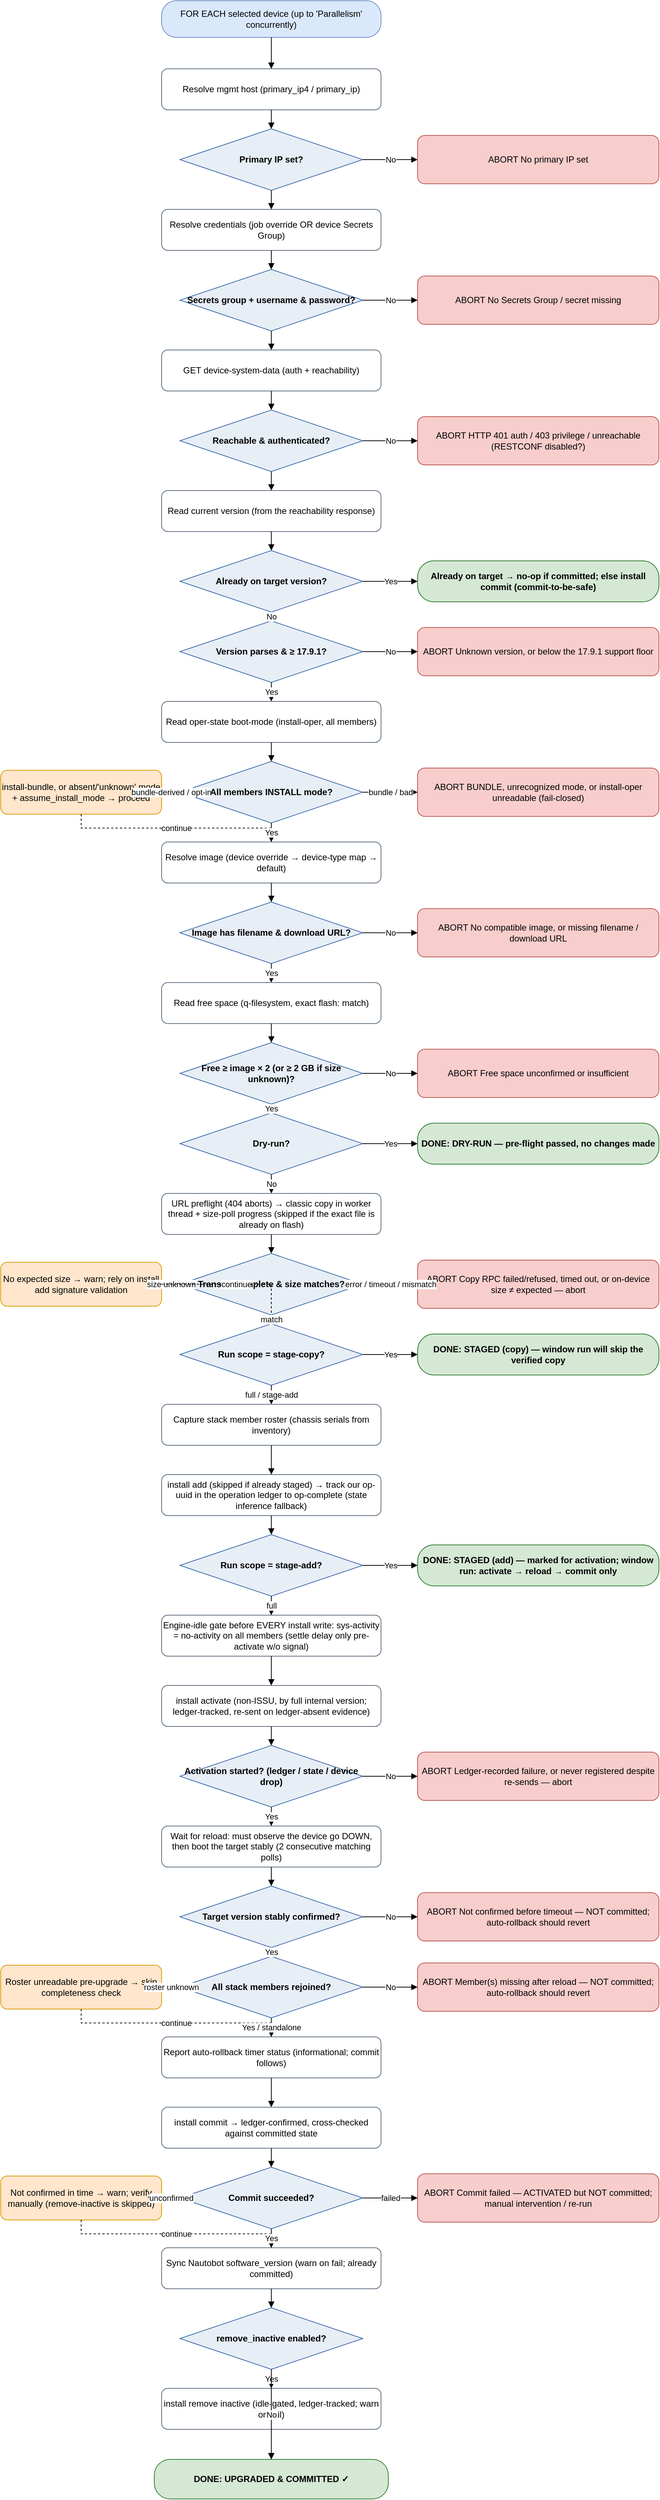
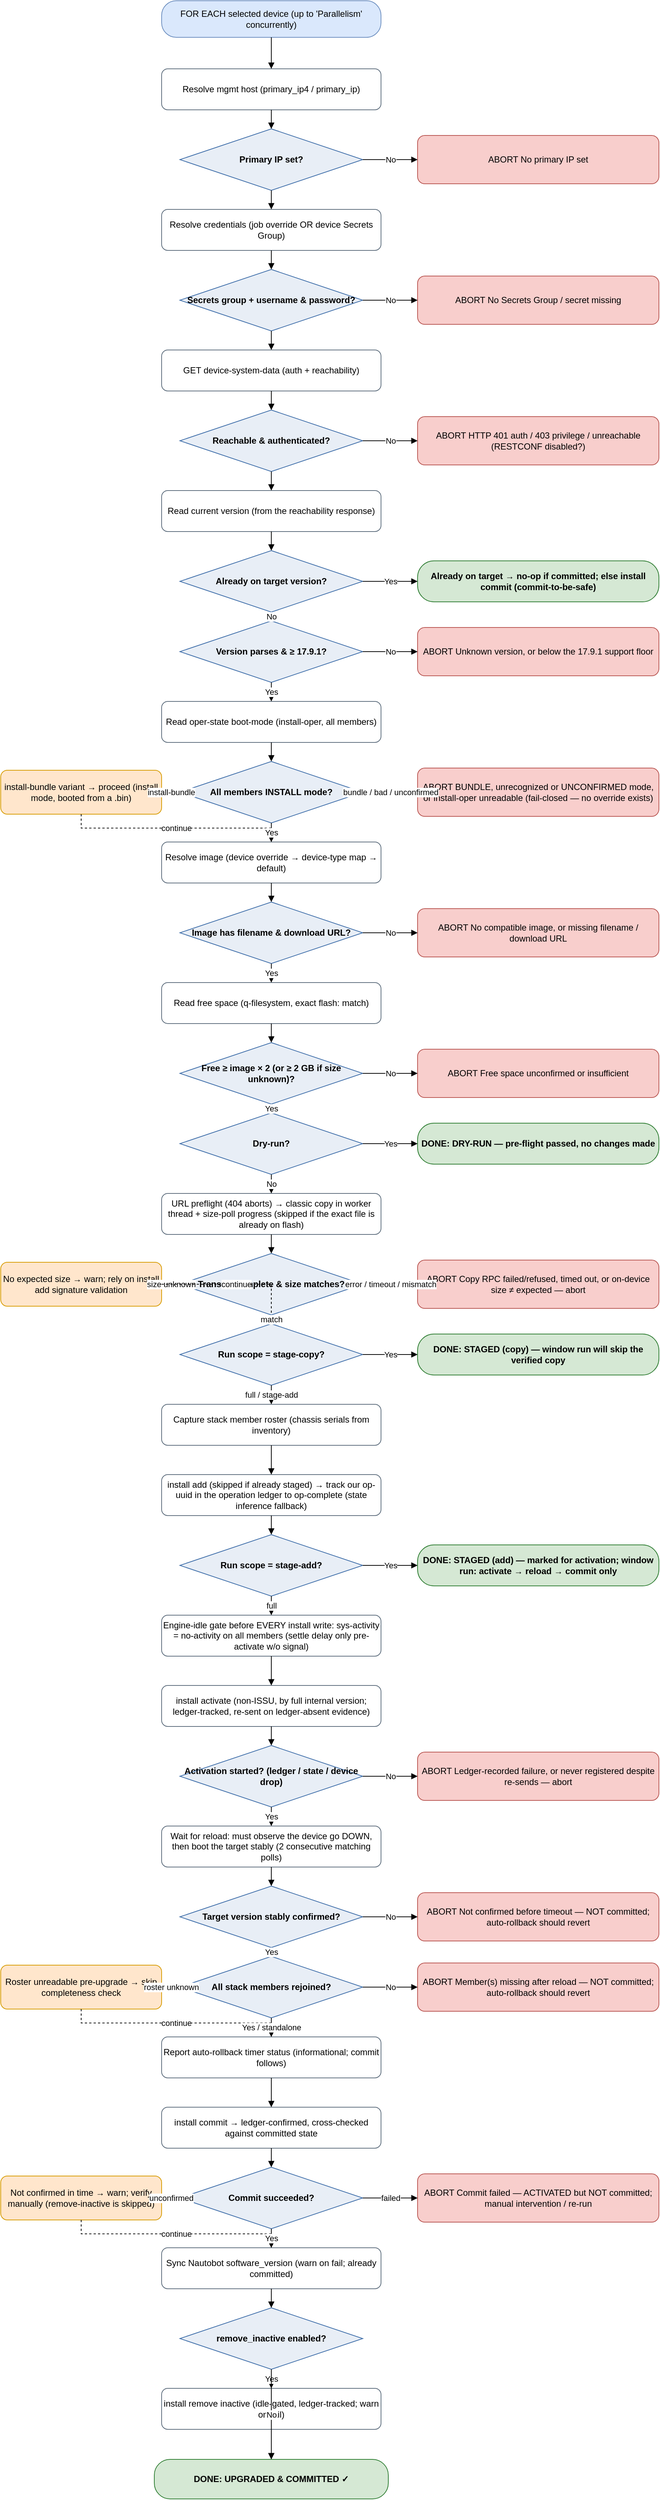
<mxfile host="app.diagrams.net" type="device">
  <diagram name="IOS-XE upgrade flow" id="iosxe-upgrade-flow">
    <mxGraphModel dx="1000" dy="2000" grid="1" gridSize="10" guides="1" tooltips="1"
        connect="1" arrows="1" fold="1" page="1" pageScale="1" math="0" shadow="0">
      <root>
        <mxCell id="0"/>
        <mxCell id="1" parent="0"/>
        <mxCell id="start" value="FOR EACH selected device&amp;#10;(up to &#x27;Parallelism&#x27; concurrently)" style="rounded=1;arcSize=40;whiteSpace=wrap;html=1;fillColor=#DAE8FC;strokeColor=#6C8EBF;" vertex="1" parent="1"><mxGeometry x="250" y="31" width="300" height="50" as="geometry"/></mxCell>
        <mxCell id="host" value="Resolve mgmt host&amp;#10;(primary_ip4 / primary_ip)" style="rounded=1;whiteSpace=wrap;html=1;fillColor=#FFFFFF;strokeColor=#5B6B7B;" vertex="1" parent="1"><mxGeometry x="250" y="124" width="300" height="56" as="geometry"/></mxCell>
        <mxCell id="d_ip" value="Primary IP set?" style="rhombus;whiteSpace=wrap;html=1;fillColor=#E8EEF6;strokeColor=#3C6CA8;fontStyle=1;" vertex="1" parent="1"><mxGeometry x="275" y="206" width="250" height="84" as="geometry"/></mxCell>
        <mxCell id="cred" value="Resolve credentials&amp;#10;(job override OR device Secrets Group)" style="rounded=1;whiteSpace=wrap;html=1;fillColor=#FFFFFF;strokeColor=#5B6B7B;" vertex="1" parent="1"><mxGeometry x="250" y="316" width="300" height="56" as="geometry"/></mxCell>
        <mxCell id="d_cred" value="Secrets group +&amp;#10;username &amp; password?" style="rhombus;whiteSpace=wrap;html=1;fillColor=#E8EEF6;strokeColor=#3C6CA8;fontStyle=1;" vertex="1" parent="1"><mxGeometry x="275" y="398" width="250" height="84" as="geometry"/></mxCell>
        <mxCell id="reach" value="GET device-system-data&amp;#10;(auth + reachability)" style="rounded=1;whiteSpace=wrap;html=1;fillColor=#FFFFFF;strokeColor=#5B6B7B;" vertex="1" parent="1"><mxGeometry x="250" y="508" width="300" height="56" as="geometry"/></mxCell>
        <mxCell id="d_reach" value="Reachable &amp;&amp;#10;authenticated?" style="rhombus;whiteSpace=wrap;html=1;fillColor=#E8EEF6;strokeColor=#3C6CA8;fontStyle=1;" vertex="1" parent="1"><mxGeometry x="275" y="590" width="250" height="84" as="geometry"/></mxCell>
        <mxCell id="curr" value="Read current version&amp;#10;(from the reachability response)" style="rounded=1;whiteSpace=wrap;html=1;fillColor=#FFFFFF;strokeColor=#5B6B7B;" vertex="1" parent="1"><mxGeometry x="250" y="700" width="300" height="56" as="geometry"/></mxCell>
        <mxCell id="d_target" value="Already on&amp;#10;target version?" style="rhombus;whiteSpace=wrap;html=1;fillColor=#E8EEF6;strokeColor=#3C6CA8;fontStyle=1;" vertex="1" parent="1"><mxGeometry x="275" y="782" width="250" height="84" as="geometry"/></mxCell>
        <mxCell id="d_floor" value="Version parses&amp;#10;&amp; ≥ 17.9.1?" style="rhombus;whiteSpace=wrap;html=1;fillColor=#E8EEF6;strokeColor=#3C6CA8;fontStyle=1;" vertex="1" parent="1"><mxGeometry x="275" y="878" width="250" height="84" as="geometry"/></mxCell>
        <mxCell id="mode" value="Read oper-state boot-mode&amp;#10;(install-oper, all members)" style="rounded=1;whiteSpace=wrap;html=1;fillColor=#FFFFFF;strokeColor=#5B6B7B;" vertex="1" parent="1"><mxGeometry x="250" y="988" width="300" height="56" as="geometry"/></mxCell>
        <mxCell id="d_mode" value="All members&amp;#10;INSTALL mode?" style="rhombus;whiteSpace=wrap;html=1;fillColor=#E8EEF6;strokeColor=#3C6CA8;fontStyle=1;" vertex="1" parent="1"><mxGeometry x="275" y="1070" width="250" height="84" as="geometry"/></mxCell>
        <mxCell id="img" value="Resolve image (device override →&amp;#10;device-type map → default)" style="rounded=1;whiteSpace=wrap;html=1;fillColor=#FFFFFF;strokeColor=#5B6B7B;" vertex="1" parent="1"><mxGeometry x="250" y="1180" width="300" height="56" as="geometry"/></mxCell>
        <mxCell id="d_img" value="Image has filename&amp;#10;&amp; download URL?" style="rhombus;whiteSpace=wrap;html=1;fillColor=#E8EEF6;strokeColor=#3C6CA8;fontStyle=1;" vertex="1" parent="1"><mxGeometry x="275" y="1262" width="250" height="84" as="geometry"/></mxCell>
        <mxCell id="space" value="Read free space&amp;#10;(q-filesystem, exact flash: match)" style="rounded=1;whiteSpace=wrap;html=1;fillColor=#FFFFFF;strokeColor=#5B6B7B;" vertex="1" parent="1"><mxGeometry x="250" y="1372" width="300" height="56" as="geometry"/></mxCell>
        <mxCell id="d_space" value="Free ≥ image × 2&amp;#10;(or ≥ 2 GB if size unknown)?" style="rhombus;whiteSpace=wrap;html=1;fillColor=#E8EEF6;strokeColor=#3C6CA8;fontStyle=1;" vertex="1" parent="1"><mxGeometry x="275" y="1454" width="250" height="84" as="geometry"/></mxCell>
        <mxCell id="d_dry" value="Dry-run?" style="rhombus;whiteSpace=wrap;html=1;fillColor=#E8EEF6;strokeColor=#3C6CA8;fontStyle=1;" vertex="1" parent="1"><mxGeometry x="275" y="1550" width="250" height="84" as="geometry"/></mxCell>
        <mxCell id="copy" value="URL preflight (404 aborts) → classic copy in&amp;#10;worker thread + size-poll progress&amp;#10;(skipped if the exact file is already on flash)" style="rounded=1;whiteSpace=wrap;html=1;fillColor=#FFFFFF;strokeColor=#5B6B7B;" vertex="1" parent="1"><mxGeometry x="250" y="1660" width="300" height="56" as="geometry"/></mxCell>
        <mxCell id="d_size" value="Transfer complete&amp;#10;&amp; size matches?" style="rhombus;whiteSpace=wrap;html=1;fillColor=#E8EEF6;strokeColor=#3C6CA8;fontStyle=1;" vertex="1" parent="1"><mxGeometry x="275" y="1742" width="250" height="84" as="geometry"/></mxCell>
        <mxCell id="d_stagecopy" value="Run scope =&amp;#10;stage-copy?" style="rhombus;whiteSpace=wrap;html=1;fillColor=#E8EEF6;strokeColor=#3C6CA8;fontStyle=1;" vertex="1" parent="1"><mxGeometry x="275" y="1838" width="250" height="84" as="geometry"/></mxCell>
        <mxCell id="roster" value="Capture stack member roster&amp;#10;(chassis serials from inventory)" style="rounded=1;whiteSpace=wrap;html=1;fillColor=#FFFFFF;strokeColor=#5B6B7B;" vertex="1" parent="1"><mxGeometry x="250" y="1948" width="300" height="56" as="geometry"/></mxCell>
        <mxCell id="add" value="install add (skipped if already staged) →&amp;#10;track our op-uuid in the operation ledger&amp;#10;to op-complete (state inference fallback)" style="rounded=1;whiteSpace=wrap;html=1;fillColor=#FFFFFF;strokeColor=#5B6B7B;" vertex="1" parent="1"><mxGeometry x="250" y="2044" width="300" height="56" as="geometry"/></mxCell>
        <mxCell id="d_stageadd" value="Run scope =&amp;#10;stage-add?" style="rhombus;whiteSpace=wrap;html=1;fillColor=#E8EEF6;strokeColor=#3C6CA8;fontStyle=1;" vertex="1" parent="1"><mxGeometry x="275" y="2126" width="250" height="84" as="geometry"/></mxCell>
        <mxCell id="idle" value="Engine-idle gate before EVERY install write:&amp;#10;sys-activity = no-activity on all members&amp;#10;(settle delay only pre-activate w/o signal)" style="rounded=1;whiteSpace=wrap;html=1;fillColor=#FFFFFF;strokeColor=#5B6B7B;" vertex="1" parent="1"><mxGeometry x="250" y="2236" width="300" height="56" as="geometry"/></mxCell>
        <mxCell id="act" value="install activate (non-ISSU, by full internal&amp;#10;version; ledger-tracked,&amp;#10;re-sent on ledger-absent evidence)" style="rounded=1;whiteSpace=wrap;html=1;fillColor=#FFFFFF;strokeColor=#5B6B7B;" vertex="1" parent="1"><mxGeometry x="250" y="2332" width="300" height="56" as="geometry"/></mxCell>
        <mxCell id="d_act" value="Activation started?&amp;#10;(ledger / state / device drop)" style="rhombus;whiteSpace=wrap;html=1;fillColor=#E8EEF6;strokeColor=#3C6CA8;fontStyle=1;" vertex="1" parent="1"><mxGeometry x="275" y="2414" width="250" height="84" as="geometry"/></mxCell>
        <mxCell id="waitc" value="Wait for reload: must observe the device&amp;#10;go DOWN, then boot the target stably&amp;#10;(2 consecutive matching polls)" style="rounded=1;whiteSpace=wrap;html=1;fillColor=#FFFFFF;strokeColor=#5B6B7B;" vertex="1" parent="1"><mxGeometry x="250" y="2524" width="300" height="56" as="geometry"/></mxCell>
        <mxCell id="d_confirm" value="Target version&amp;#10;stably confirmed?" style="rhombus;whiteSpace=wrap;html=1;fillColor=#E8EEF6;strokeColor=#3C6CA8;fontStyle=1;" vertex="1" parent="1"><mxGeometry x="275" y="2606" width="250" height="84" as="geometry"/></mxCell>
        <mxCell id="d_members" value="All stack members&amp;#10;rejoined?" style="rhombus;whiteSpace=wrap;html=1;fillColor=#E8EEF6;strokeColor=#3C6CA8;fontStyle=1;" vertex="1" parent="1"><mxGeometry x="275" y="2702" width="250" height="84" as="geometry"/></mxCell>
        <mxCell id="rollbackchk" value="Report auto-rollback timer status&amp;#10;(informational; commit follows)" style="rounded=1;whiteSpace=wrap;html=1;fillColor=#FFFFFF;strokeColor=#5B6B7B;" vertex="1" parent="1"><mxGeometry x="250" y="2812" width="300" height="56" as="geometry"/></mxCell>
        <mxCell id="commit" value="install commit → ledger-confirmed,&amp;#10;cross-checked against committed state" style="rounded=1;whiteSpace=wrap;html=1;fillColor=#FFFFFF;strokeColor=#5B6B7B;" vertex="1" parent="1"><mxGeometry x="250" y="2908" width="300" height="56" as="geometry"/></mxCell>
        <mxCell id="d_commit" value="Commit&amp;#10;succeeded?" style="rhombus;whiteSpace=wrap;html=1;fillColor=#E8EEF6;strokeColor=#3C6CA8;fontStyle=1;" vertex="1" parent="1"><mxGeometry x="275" y="2990" width="250" height="84" as="geometry"/></mxCell>
        <mxCell id="sync" value="Sync Nautobot software_version&amp;#10;(warn on fail; already committed)" style="rounded=1;whiteSpace=wrap;html=1;fillColor=#FFFFFF;strokeColor=#5B6B7B;" vertex="1" parent="1"><mxGeometry x="250" y="3100" width="300" height="56" as="geometry"/></mxCell>
        <mxCell id="d_remove" value="remove_inactive&amp;#10;enabled?" style="rhombus;whiteSpace=wrap;html=1;fillColor=#E8EEF6;strokeColor=#3C6CA8;fontStyle=1;" vertex="1" parent="1"><mxGeometry x="275" y="3182" width="250" height="84" as="geometry"/></mxCell>
        <mxCell id="remove" value="install remove inactive (idle-gated,&amp;#10;ledger-tracked; warn on fail)" style="rounded=1;whiteSpace=wrap;html=1;fillColor=#FFFFFF;strokeColor=#5B6B7B;" vertex="1" parent="1"><mxGeometry x="250" y="3292" width="300" height="56" as="geometry"/></mxCell>
        <mxCell id="ok" value="DONE: UPGRADED &amp; COMMITTED ✓" style="rounded=1;arcSize=40;whiteSpace=wrap;html=1;fillColor=#D5E8D4;strokeColor=#2E7D32;fontStyle=1;" vertex="1" parent="1"><mxGeometry x="240" y="3389" width="320" height="54" as="geometry"/></mxCell>
        <mxCell id="d_ip_abort" value="ABORT&amp;#10;No primary IP set" style="rounded=1;whiteSpace=wrap;html=1;fillColor=#F8CECC;strokeColor=#B85450;" vertex="1" parent="1"><mxGeometry x="600" y="215" width="330" height="66" as="geometry"/></mxCell>
        <mxCell id="d_cred_abort" value="ABORT&amp;#10;No Secrets Group / secret missing" style="rounded=1;whiteSpace=wrap;html=1;fillColor=#F8CECC;strokeColor=#B85450;" vertex="1" parent="1"><mxGeometry x="600" y="407" width="330" height="66" as="geometry"/></mxCell>
        <mxCell id="d_reach_abort" value="ABORT&amp;#10;HTTP 401 auth / 403 privilege /&amp;#10;unreachable (RESTCONF disabled?)" style="rounded=1;whiteSpace=wrap;html=1;fillColor=#F8CECC;strokeColor=#B85450;" vertex="1" parent="1"><mxGeometry x="600" y="599" width="330" height="66" as="geometry"/></mxCell>
        <mxCell id="d_target_ok" value="Already on target → no-op if committed;&amp;#10;else install commit (commit-to-be-safe)" style="rounded=1;arcSize=40;whiteSpace=wrap;html=1;fillColor=#D5E8D4;strokeColor=#2E7D32;fontStyle=1;" vertex="1" parent="1"><mxGeometry x="600" y="796" width="330" height="56" as="geometry"/></mxCell>
        <mxCell id="d_floor_abort" value="ABORT&amp;#10;Unknown version, or below the&amp;#10;17.9.1 support floor" style="rounded=1;whiteSpace=wrap;html=1;fillColor=#F8CECC;strokeColor=#B85450;" vertex="1" parent="1"><mxGeometry x="600" y="887" width="330" height="66" as="geometry"/></mxCell>
-         <mxCell id="d_mode_abort" value="ABORT&amp;#10;BUNDLE, unrecognized mode, or&amp;#10;install-oper unreadable (fail-closed)" style="rounded=1;whiteSpace=wrap;html=1;fillColor=#F8CECC;strokeColor=#B85450;" vertex="1" parent="1"><mxGeometry x="600" y="1079" width="330" height="66" as="geometry"/></mxCell>
-         <mxCell id="d_mode_warn" value="install-bundle, or absent/&#x27;unknown&#x27;&amp;#10;mode + assume_install_mode → proceed" style="rounded=1;whiteSpace=wrap;html=1;fillColor=#FFE6CC;strokeColor=#D79B00;" vertex="1" parent="1"><mxGeometry x="30" y="1082" width="220" height="60" as="geometry"/></mxCell>
+         <mxCell id="d_mode_abort" value="ABORT&amp;#10;BUNDLE, unrecognized or UNCONFIRMED&amp;#10;mode, or install-oper unreadable&amp;#10;(fail-closed — no override exists)" style="rounded=1;whiteSpace=wrap;html=1;fillColor=#F8CECC;strokeColor=#B85450;" vertex="1" parent="1"><mxGeometry x="600" y="1079" width="330" height="66" as="geometry"/></mxCell>
+         <mxCell id="d_mode_warn" value="install-bundle variant → proceed&amp;#10;(install mode, booted from a .bin)" style="rounded=1;whiteSpace=wrap;html=1;fillColor=#FFE6CC;strokeColor=#D79B00;" vertex="1" parent="1"><mxGeometry x="30" y="1082" width="220" height="60" as="geometry"/></mxCell>
        <mxCell id="d_img_abort" value="ABORT&amp;#10;No compatible image, or missing&amp;#10;filename / download URL" style="rounded=1;whiteSpace=wrap;html=1;fillColor=#F8CECC;strokeColor=#B85450;" vertex="1" parent="1"><mxGeometry x="600" y="1271" width="330" height="66" as="geometry"/></mxCell>
        <mxCell id="d_space_abort" value="ABORT&amp;#10;Free space unconfirmed or&amp;#10;insufficient" style="rounded=1;whiteSpace=wrap;html=1;fillColor=#F8CECC;strokeColor=#B85450;" vertex="1" parent="1"><mxGeometry x="600" y="1463" width="330" height="66" as="geometry"/></mxCell>
        <mxCell id="d_dry_ok" value="DONE: DRY-RUN — pre-flight&amp;#10;passed, no changes made" style="rounded=1;arcSize=40;whiteSpace=wrap;html=1;fillColor=#D5E8D4;strokeColor=#2E7D32;fontStyle=1;" vertex="1" parent="1"><mxGeometry x="600" y="1564" width="330" height="56" as="geometry"/></mxCell>
        <mxCell id="d_size_abort" value="ABORT&amp;#10;Copy RPC failed/refused, timed out,&amp;#10;or on-device size ≠ expected — abort" style="rounded=1;whiteSpace=wrap;html=1;fillColor=#F8CECC;strokeColor=#B85450;" vertex="1" parent="1"><mxGeometry x="600" y="1751" width="330" height="66" as="geometry"/></mxCell>
        <mxCell id="d_size_warn" value="No expected size → warn; rely on&amp;#10;install add signature validation" style="rounded=1;whiteSpace=wrap;html=1;fillColor=#FFE6CC;strokeColor=#D79B00;" vertex="1" parent="1"><mxGeometry x="30" y="1754" width="220" height="60" as="geometry"/></mxCell>
        <mxCell id="d_stagecopy_ok" value="DONE: STAGED (copy) — window run&amp;#10;will skip the verified copy" style="rounded=1;arcSize=40;whiteSpace=wrap;html=1;fillColor=#D5E8D4;strokeColor=#2E7D32;fontStyle=1;" vertex="1" parent="1"><mxGeometry x="600" y="1852" width="330" height="56" as="geometry"/></mxCell>
        <mxCell id="d_stageadd_ok" value="DONE: STAGED (add) — marked for&amp;#10;activation; window run: activate →&amp;#10;reload → commit only" style="rounded=1;arcSize=40;whiteSpace=wrap;html=1;fillColor=#D5E8D4;strokeColor=#2E7D32;fontStyle=1;" vertex="1" parent="1"><mxGeometry x="600" y="2140" width="330" height="56" as="geometry"/></mxCell>
        <mxCell id="d_act_abort" value="ABORT&amp;#10;Ledger-recorded failure, or never&amp;#10;registered despite re-sends — abort" style="rounded=1;whiteSpace=wrap;html=1;fillColor=#F8CECC;strokeColor=#B85450;" vertex="1" parent="1"><mxGeometry x="600" y="2423" width="330" height="66" as="geometry"/></mxCell>
        <mxCell id="d_confirm_abort" value="ABORT&amp;#10;Not confirmed before timeout — NOT&amp;#10;committed; auto-rollback should revert" style="rounded=1;whiteSpace=wrap;html=1;fillColor=#F8CECC;strokeColor=#B85450;" vertex="1" parent="1"><mxGeometry x="600" y="2615" width="330" height="66" as="geometry"/></mxCell>
        <mxCell id="d_members_abort" value="ABORT&amp;#10;Member(s) missing after reload — NOT&amp;#10;committed; auto-rollback should revert" style="rounded=1;whiteSpace=wrap;html=1;fillColor=#F8CECC;strokeColor=#B85450;" vertex="1" parent="1"><mxGeometry x="600" y="2711" width="330" height="66" as="geometry"/></mxCell>
        <mxCell id="d_members_warn" value="Roster unreadable pre-upgrade →&amp;#10;skip completeness check" style="rounded=1;whiteSpace=wrap;html=1;fillColor=#FFE6CC;strokeColor=#D79B00;" vertex="1" parent="1"><mxGeometry x="30" y="2714" width="220" height="60" as="geometry"/></mxCell>
        <mxCell id="d_commit_abort" value="ABORT&amp;#10;Commit failed — ACTIVATED but NOT&amp;#10;committed; manual intervention / re-run" style="rounded=1;whiteSpace=wrap;html=1;fillColor=#F8CECC;strokeColor=#B85450;" vertex="1" parent="1"><mxGeometry x="600" y="2999" width="330" height="66" as="geometry"/></mxCell>
        <mxCell id="d_commit_warn" value="Not confirmed in time → warn;&amp;#10;verify manually (remove-inactive&amp;#10;is skipped)" style="rounded=1;whiteSpace=wrap;html=1;fillColor=#FFE6CC;strokeColor=#D79B00;" vertex="1" parent="1"><mxGeometry x="30" y="3002" width="220" height="60" as="geometry"/></mxCell>
        <mxCell id="e_d_ip_abort" value="No" style="edgeStyle=orthogonalEdgeStyle;rounded=0;html=1;endArrow=block;" edge="1" parent="1" source="d_ip" target="d_ip_abort"><mxGeometry relative="1" as="geometry"/></mxCell>
        <mxCell id="e_d_cred_abort" value="No" style="edgeStyle=orthogonalEdgeStyle;rounded=0;html=1;endArrow=block;" edge="1" parent="1" source="d_cred" target="d_cred_abort"><mxGeometry relative="1" as="geometry"/></mxCell>
        <mxCell id="e_d_reach_abort" value="No" style="edgeStyle=orthogonalEdgeStyle;rounded=0;html=1;endArrow=block;" edge="1" parent="1" source="d_reach" target="d_reach_abort"><mxGeometry relative="1" as="geometry"/></mxCell>
        <mxCell id="e_d_target_ok" value="Yes" style="edgeStyle=orthogonalEdgeStyle;rounded=0;html=1;endArrow=block;" edge="1" parent="1" source="d_target" target="d_target_ok"><mxGeometry relative="1" as="geometry"/></mxCell>
        <mxCell id="e_d_floor_abort" value="No" style="edgeStyle=orthogonalEdgeStyle;rounded=0;html=1;endArrow=block;" edge="1" parent="1" source="d_floor" target="d_floor_abort"><mxGeometry relative="1" as="geometry"/></mxCell>
-         <mxCell id="e_d_mode_abort" value="bundle / bad" style="edgeStyle=orthogonalEdgeStyle;rounded=0;html=1;endArrow=block;" edge="1" parent="1" source="d_mode" target="d_mode_abort"><mxGeometry relative="1" as="geometry"/></mxCell>
-         <mxCell id="e_d_mode_warn" value="bundle-derived /
- opt-in" style="edgeStyle=orthogonalEdgeStyle;rounded=0;html=1;endArrow=block;" edge="1" parent="1" source="d_mode" target="d_mode_warn"><mxGeometry relative="1" as="geometry"/></mxCell>
+         <mxCell id="e_d_mode_abort" value="bundle / bad /
+ unconfirmed" style="edgeStyle=orthogonalEdgeStyle;rounded=0;html=1;endArrow=block;" edge="1" parent="1" source="d_mode" target="d_mode_abort"><mxGeometry relative="1" as="geometry"/></mxCell>
+         <mxCell id="e_d_mode_warn" value="install-bundle" style="edgeStyle=orthogonalEdgeStyle;rounded=0;html=1;endArrow=block;" edge="1" parent="1" source="d_mode" target="d_mode_warn"><mxGeometry relative="1" as="geometry"/></mxCell>
        <mxCell id="e_d_mode_warn_join" value="continue" style="edgeStyle=orthogonalEdgeStyle;rounded=0;html=1;endArrow=block;dashed=1;" edge="1" parent="1" source="d_mode_warn" target="img"><mxGeometry relative="1" as="geometry"/></mxCell>
        <mxCell id="e_d_img_abort" value="No" style="edgeStyle=orthogonalEdgeStyle;rounded=0;html=1;endArrow=block;" edge="1" parent="1" source="d_img" target="d_img_abort"><mxGeometry relative="1" as="geometry"/></mxCell>
        <mxCell id="e_d_space_abort" value="No" style="edgeStyle=orthogonalEdgeStyle;rounded=0;html=1;endArrow=block;" edge="1" parent="1" source="d_space" target="d_space_abort"><mxGeometry relative="1" as="geometry"/></mxCell>
        <mxCell id="e_d_dry_ok" value="Yes" style="edgeStyle=orthogonalEdgeStyle;rounded=0;html=1;endArrow=block;" edge="1" parent="1" source="d_dry" target="d_dry_ok"><mxGeometry relative="1" as="geometry"/></mxCell>
        <mxCell id="e_d_size_abort" value="error / timeout /
mismatch" style="edgeStyle=orthogonalEdgeStyle;rounded=0;html=1;endArrow=block;" edge="1" parent="1" source="d_size" target="d_size_abort"><mxGeometry relative="1" as="geometry"/></mxCell>
        <mxCell id="e_d_size_warn" value="size unknown" style="edgeStyle=orthogonalEdgeStyle;rounded=0;html=1;endArrow=block;" edge="1" parent="1" source="d_size" target="d_size_warn"><mxGeometry relative="1" as="geometry"/></mxCell>
        <mxCell id="e_d_size_warn_join" value="continue" style="edgeStyle=orthogonalEdgeStyle;rounded=0;html=1;endArrow=block;dashed=1;" edge="1" parent="1" source="d_size_warn" target="d_stagecopy"><mxGeometry relative="1" as="geometry"/></mxCell>
        <mxCell id="e_d_stagecopy_ok" value="Yes" style="edgeStyle=orthogonalEdgeStyle;rounded=0;html=1;endArrow=block;" edge="1" parent="1" source="d_stagecopy" target="d_stagecopy_ok"><mxGeometry relative="1" as="geometry"/></mxCell>
        <mxCell id="e_d_stageadd_ok" value="Yes" style="edgeStyle=orthogonalEdgeStyle;rounded=0;html=1;endArrow=block;" edge="1" parent="1" source="d_stageadd" target="d_stageadd_ok"><mxGeometry relative="1" as="geometry"/></mxCell>
        <mxCell id="e_d_act_abort" value="No" style="edgeStyle=orthogonalEdgeStyle;rounded=0;html=1;endArrow=block;" edge="1" parent="1" source="d_act" target="d_act_abort"><mxGeometry relative="1" as="geometry"/></mxCell>
        <mxCell id="e_d_confirm_abort" value="No" style="edgeStyle=orthogonalEdgeStyle;rounded=0;html=1;endArrow=block;" edge="1" parent="1" source="d_confirm" target="d_confirm_abort"><mxGeometry relative="1" as="geometry"/></mxCell>
        <mxCell id="e_d_members_abort" value="No" style="edgeStyle=orthogonalEdgeStyle;rounded=0;html=1;endArrow=block;" edge="1" parent="1" source="d_members" target="d_members_abort"><mxGeometry relative="1" as="geometry"/></mxCell>
        <mxCell id="e_d_members_warn" value="roster unknown" style="edgeStyle=orthogonalEdgeStyle;rounded=0;html=1;endArrow=block;" edge="1" parent="1" source="d_members" target="d_members_warn"><mxGeometry relative="1" as="geometry"/></mxCell>
        <mxCell id="e_d_members_warn_join" value="continue" style="edgeStyle=orthogonalEdgeStyle;rounded=0;html=1;endArrow=block;dashed=1;" edge="1" parent="1" source="d_members_warn" target="rollbackchk"><mxGeometry relative="1" as="geometry"/></mxCell>
        <mxCell id="e_d_commit_abort" value="failed" style="edgeStyle=orthogonalEdgeStyle;rounded=0;html=1;endArrow=block;" edge="1" parent="1" source="d_commit" target="d_commit_abort"><mxGeometry relative="1" as="geometry"/></mxCell>
        <mxCell id="e_d_commit_warn" value="unconfirmed" style="edgeStyle=orthogonalEdgeStyle;rounded=0;html=1;endArrow=block;" edge="1" parent="1" source="d_commit" target="d_commit_warn"><mxGeometry relative="1" as="geometry"/></mxCell>
        <mxCell id="e_d_commit_warn_join" value="continue" style="edgeStyle=orthogonalEdgeStyle;rounded=0;html=1;endArrow=block;dashed=1;" edge="1" parent="1" source="d_commit_warn" target="sync"><mxGeometry relative="1" as="geometry"/></mxCell>
        <mxCell id="e_start_host" value="" style="edgeStyle=orthogonalEdgeStyle;rounded=0;html=1;endArrow=block;" edge="1" parent="1" source="start" target="host"><mxGeometry relative="1" as="geometry"/></mxCell>
        <mxCell id="e_host_d_ip" value="" style="edgeStyle=orthogonalEdgeStyle;rounded=0;html=1;endArrow=block;" edge="1" parent="1" source="host" target="d_ip"><mxGeometry relative="1" as="geometry"/></mxCell>
        <mxCell id="e_d_ip_cred" value="" style="edgeStyle=orthogonalEdgeStyle;rounded=0;html=1;endArrow=block;" edge="1" parent="1" source="d_ip" target="cred"><mxGeometry relative="1" as="geometry"/></mxCell>
        <mxCell id="e_cred_d_cred" value="" style="edgeStyle=orthogonalEdgeStyle;rounded=0;html=1;endArrow=block;" edge="1" parent="1" source="cred" target="d_cred"><mxGeometry relative="1" as="geometry"/></mxCell>
        <mxCell id="e_d_cred_reach" value="" style="edgeStyle=orthogonalEdgeStyle;rounded=0;html=1;endArrow=block;" edge="1" parent="1" source="d_cred" target="reach"><mxGeometry relative="1" as="geometry"/></mxCell>
        <mxCell id="e_reach_d_reach" value="" style="edgeStyle=orthogonalEdgeStyle;rounded=0;html=1;endArrow=block;" edge="1" parent="1" source="reach" target="d_reach"><mxGeometry relative="1" as="geometry"/></mxCell>
        <mxCell id="e_d_reach_curr" value="" style="edgeStyle=orthogonalEdgeStyle;rounded=0;html=1;endArrow=block;" edge="1" parent="1" source="d_reach" target="curr"><mxGeometry relative="1" as="geometry"/></mxCell>
        <mxCell id="e_curr_d_target" value="" style="edgeStyle=orthogonalEdgeStyle;rounded=0;html=1;endArrow=block;" edge="1" parent="1" source="curr" target="d_target"><mxGeometry relative="1" as="geometry"/></mxCell>
        <mxCell id="e_d_target_d_floor" value="No" style="edgeStyle=orthogonalEdgeStyle;rounded=0;html=1;endArrow=block;" edge="1" parent="1" source="d_target" target="d_floor"><mxGeometry relative="1" as="geometry"/></mxCell>
        <mxCell id="e_d_floor_mode" value="Yes" style="edgeStyle=orthogonalEdgeStyle;rounded=0;html=1;endArrow=block;" edge="1" parent="1" source="d_floor" target="mode"><mxGeometry relative="1" as="geometry"/></mxCell>
        <mxCell id="e_mode_d_mode" value="" style="edgeStyle=orthogonalEdgeStyle;rounded=0;html=1;endArrow=block;" edge="1" parent="1" source="mode" target="d_mode"><mxGeometry relative="1" as="geometry"/></mxCell>
        <mxCell id="e_d_mode_img" value="Yes" style="edgeStyle=orthogonalEdgeStyle;rounded=0;html=1;endArrow=block;" edge="1" parent="1" source="d_mode" target="img"><mxGeometry relative="1" as="geometry"/></mxCell>
        <mxCell id="e_img_d_img" value="" style="edgeStyle=orthogonalEdgeStyle;rounded=0;html=1;endArrow=block;" edge="1" parent="1" source="img" target="d_img"><mxGeometry relative="1" as="geometry"/></mxCell>
        <mxCell id="e_d_img_space" value="Yes" style="edgeStyle=orthogonalEdgeStyle;rounded=0;html=1;endArrow=block;" edge="1" parent="1" source="d_img" target="space"><mxGeometry relative="1" as="geometry"/></mxCell>
        <mxCell id="e_space_d_space" value="" style="edgeStyle=orthogonalEdgeStyle;rounded=0;html=1;endArrow=block;" edge="1" parent="1" source="space" target="d_space"><mxGeometry relative="1" as="geometry"/></mxCell>
        <mxCell id="e_d_space_d_dry" value="Yes" style="edgeStyle=orthogonalEdgeStyle;rounded=0;html=1;endArrow=block;" edge="1" parent="1" source="d_space" target="d_dry"><mxGeometry relative="1" as="geometry"/></mxCell>
        <mxCell id="e_d_dry_copy" value="No" style="edgeStyle=orthogonalEdgeStyle;rounded=0;html=1;endArrow=block;" edge="1" parent="1" source="d_dry" target="copy"><mxGeometry relative="1" as="geometry"/></mxCell>
        <mxCell id="e_copy_d_size" value="" style="edgeStyle=orthogonalEdgeStyle;rounded=0;html=1;endArrow=block;" edge="1" parent="1" source="copy" target="d_size"><mxGeometry relative="1" as="geometry"/></mxCell>
        <mxCell id="e_d_size_d_stagecopy" value="match" style="edgeStyle=orthogonalEdgeStyle;rounded=0;html=1;endArrow=block;" edge="1" parent="1" source="d_size" target="d_stagecopy"><mxGeometry relative="1" as="geometry"/></mxCell>
        <mxCell id="e_d_stagecopy_roster" value="full / stage-add" style="edgeStyle=orthogonalEdgeStyle;rounded=0;html=1;endArrow=block;" edge="1" parent="1" source="d_stagecopy" target="roster"><mxGeometry relative="1" as="geometry"/></mxCell>
        <mxCell id="e_roster_add" value="" style="edgeStyle=orthogonalEdgeStyle;rounded=0;html=1;endArrow=block;" edge="1" parent="1" source="roster" target="add"><mxGeometry relative="1" as="geometry"/></mxCell>
        <mxCell id="e_add_d_stageadd" value="" style="edgeStyle=orthogonalEdgeStyle;rounded=0;html=1;endArrow=block;" edge="1" parent="1" source="add" target="d_stageadd"><mxGeometry relative="1" as="geometry"/></mxCell>
        <mxCell id="e_d_stageadd_idle" value="full" style="edgeStyle=orthogonalEdgeStyle;rounded=0;html=1;endArrow=block;" edge="1" parent="1" source="d_stageadd" target="idle"><mxGeometry relative="1" as="geometry"/></mxCell>
        <mxCell id="e_idle_act" value="" style="edgeStyle=orthogonalEdgeStyle;rounded=0;html=1;endArrow=block;" edge="1" parent="1" source="idle" target="act"><mxGeometry relative="1" as="geometry"/></mxCell>
        <mxCell id="e_act_d_act" value="" style="edgeStyle=orthogonalEdgeStyle;rounded=0;html=1;endArrow=block;" edge="1" parent="1" source="act" target="d_act"><mxGeometry relative="1" as="geometry"/></mxCell>
        <mxCell id="e_d_act_waitc" value="Yes" style="edgeStyle=orthogonalEdgeStyle;rounded=0;html=1;endArrow=block;" edge="1" parent="1" source="d_act" target="waitc"><mxGeometry relative="1" as="geometry"/></mxCell>
        <mxCell id="e_waitc_d_confirm" value="" style="edgeStyle=orthogonalEdgeStyle;rounded=0;html=1;endArrow=block;" edge="1" parent="1" source="waitc" target="d_confirm"><mxGeometry relative="1" as="geometry"/></mxCell>
        <mxCell id="e_d_confirm_d_members" value="Yes" style="edgeStyle=orthogonalEdgeStyle;rounded=0;html=1;endArrow=block;" edge="1" parent="1" source="d_confirm" target="d_members"><mxGeometry relative="1" as="geometry"/></mxCell>
        <mxCell id="e_d_members_rollbackchk" value="Yes / standalone" style="edgeStyle=orthogonalEdgeStyle;rounded=0;html=1;endArrow=block;" edge="1" parent="1" source="d_members" target="rollbackchk"><mxGeometry relative="1" as="geometry"/></mxCell>
        <mxCell id="e_rollbackchk_commit" value="" style="edgeStyle=orthogonalEdgeStyle;rounded=0;html=1;endArrow=block;" edge="1" parent="1" source="rollbackchk" target="commit"><mxGeometry relative="1" as="geometry"/></mxCell>
        <mxCell id="e_commit_d_commit" value="" style="edgeStyle=orthogonalEdgeStyle;rounded=0;html=1;endArrow=block;" edge="1" parent="1" source="commit" target="d_commit"><mxGeometry relative="1" as="geometry"/></mxCell>
        <mxCell id="e_d_commit_sync" value="Yes" style="edgeStyle=orthogonalEdgeStyle;rounded=0;html=1;endArrow=block;" edge="1" parent="1" source="d_commit" target="sync"><mxGeometry relative="1" as="geometry"/></mxCell>
        <mxCell id="e_sync_d_remove" value="" style="edgeStyle=orthogonalEdgeStyle;rounded=0;html=1;endArrow=block;" edge="1" parent="1" source="sync" target="d_remove"><mxGeometry relative="1" as="geometry"/></mxCell>
        <mxCell id="e_remove_yes" value="Yes" style="edgeStyle=orthogonalEdgeStyle;rounded=0;html=1;endArrow=block;" edge="1" parent="1" source="d_remove" target="remove"><mxGeometry relative="1" as="geometry"/></mxCell>
        <mxCell id="e_remove_ok" value="" style="edgeStyle=orthogonalEdgeStyle;rounded=0;html=1;endArrow=block;" edge="1" parent="1" source="remove" target="ok"><mxGeometry relative="1" as="geometry"/></mxCell>
        <mxCell id="e_remove_no" value="No" style="edgeStyle=orthogonalEdgeStyle;rounded=0;html=1;endArrow=block;" edge="1" parent="1" source="d_remove" target="ok"><mxGeometry relative="1" as="geometry"/></mxCell>
      </root>
    </mxGraphModel>
  </diagram>
</mxfile>
